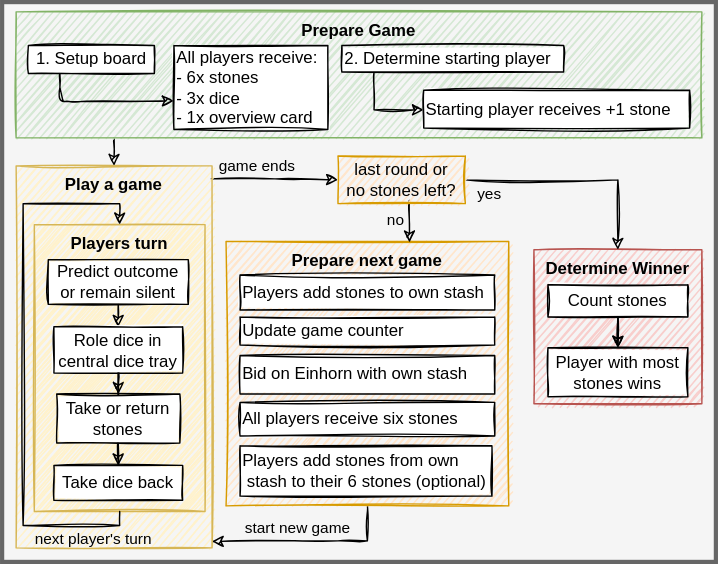
Above: make/games/_einhorn.drawio.svg in sonj4ev4/FullByte.github.io (draw.io), before the change. Source tidied: cells renumbered, new cells last; positions are measured from the earlier drawing's top-left corner, leaving out a move shared by most shapes. Its diagram source:
```xml
<mxGraphModel>
  <root>
    <mxCell id="0" />
    <mxCell id="1" parent="0" />
    <mxCell id="2" style="rounded=0;whiteSpace=wrap;html=1;sketch=0;fontSize=14;align=center;verticalAlign=top;strokeWidth=3;fontStyle=1;fontFamily=Helvetica;fillColor=#f5f5f5;strokeColor=#666666;fontColor=#333333;" parent="1" vertex="1">
      <mxGeometry width="510" height="400" as="geometry" />
    </mxCell>
    <mxCell id="3" style="edgeStyle=orthogonalEdgeStyle;rounded=0;sketch=1;jettySize=auto;html=1;exitX=0.5;exitY=1;exitDx=0;exitDy=0;entryX=0.999;entryY=0.983;entryDx=0;entryDy=0;entryPerimeter=0;" parent="1" edge="1" source="29" target="8">
      <mxGeometry relative="1" as="geometry">
        <Array as="points">
          <mxPoint x="261" y="385" />
          <mxPoint x="240" y="385" />
        </Array>
      </mxGeometry>
    </mxCell>
    <mxCell id="4" value="start new game" style="edgeLabel;html=1;align=center;verticalAlign=middle;labelBackgroundColor=none;" parent="3" vertex="1">
      <mxGeometry x="-0.02" y="2" relative="1" as="geometry">
        <mxPoint x="-8" y="-11" as="offset" />
      </mxGeometry>
    </mxCell>
    <mxCell id="5" value="Determine Winner" style="whiteSpace=wrap;html=1;verticalAlign=top;fontStyle=1;fillColor=#f8cecc;strokeColor=#b85450;sketch=1;fontSize=12;" parent="1" vertex="1">
      <mxGeometry x="380" y="177" width="120" height="110" as="geometry" />
    </mxCell>
    <mxCell id="6" style="edgeStyle=orthogonalEdgeStyle;rounded=0;sketch=1;jettySize=auto;html=1;entryX=0;entryY=0.5;entryDx=0;entryDy=0;exitX=0.996;exitY=0.034;exitDx=0;exitDy=0;exitPerimeter=0;" parent="1" edge="1" source="8" target="40">
      <mxGeometry relative="1" as="geometry" />
    </mxCell>
    <mxCell id="7" value="&lt;span&gt;game ends&lt;br&gt;&lt;/span&gt;" style="edgeLabel;html=1;align=center;verticalAlign=middle;labelBackgroundColor=none;" parent="6" vertex="1">
      <mxGeometry x="0.54" y="-3" relative="1" as="geometry">
        <mxPoint x="-37" y="-13" as="offset" />
      </mxGeometry>
    </mxCell>
    <mxCell id="8" value="Play a game" style="whiteSpace=wrap;html=1;verticalAlign=top;fontStyle=1;strokeColor=#d6b656;sketch=1;fontSize=12;fillColor=#fff2cc;" parent="1" vertex="1">
      <mxGeometry x="10" y="117" width="140" height="273" as="geometry" />
    </mxCell>
    <mxCell id="9" style="edgeStyle=orthogonalEdgeStyle;rounded=0;sketch=1;orthogonalLoop=1;jettySize=auto;html=1;" parent="1" edge="1">
      <mxGeometry relative="1" as="geometry">
        <mxPoint x="80" y="97" as="sourcePoint" />
        <mxPoint x="80" y="117" as="targetPoint" />
      </mxGeometry>
    </mxCell>
    <mxCell id="10" value="Prepare Game" style="whiteSpace=wrap;html=1;verticalAlign=top;fontStyle=1;fillColor=#d5e8d4;strokeColor=#82b366;sketch=1;fontSize=12;" parent="1" vertex="1">
      <mxGeometry x="10" y="7" width="490" height="90" as="geometry" />
    </mxCell>
    <mxCell id="11" value="Player with most stones wins" style="whiteSpace=wrap;html=1;sketch=1;fontSize=12;" parent="1" vertex="1">
      <mxGeometry x="390" y="247" width="100" height="35" as="geometry" />
    </mxCell>
    <mxCell id="12" style="edgeStyle=orthogonalEdgeStyle;rounded=0;sketch=1;jettySize=auto;html=1;entryX=0;entryY=0.5;entryDx=0;entryDy=0;exitX=0.145;exitY=1.011;exitDx=0;exitDy=0;exitPerimeter=0;" parent="1" edge="1" source="13" target="14">
      <mxGeometry relative="1" as="geometry">
        <Array as="points">
          <mxPoint x="266" y="77" />
          <mxPoint x="301" y="77" />
        </Array>
      </mxGeometry>
    </mxCell>
    <mxCell id="13" value="&amp;nbsp;2. Determine starting player" style="whiteSpace=wrap;html=1;sketch=1;fontSize=12;align=left;" parent="1" vertex="1">
      <mxGeometry x="242.8" y="31" width="158.5" height="19" as="geometry" />
    </mxCell>
    <mxCell id="14" value="&amp;nbsp;Starting player receives&amp;nbsp;+1&amp;nbsp;stone" style="whiteSpace=wrap;html=1;align=left;sketch=1;fontSize=12;" parent="1" vertex="1">
      <mxGeometry x="301.2" y="63" width="190" height="27" as="geometry" />
    </mxCell>
    <mxCell id="15" value="&amp;nbsp;All players receive:&lt;br style=&quot;font-size: 12px&quot;&gt;&amp;nbsp; - 6x stones&lt;br style=&quot;font-size: 12px&quot;&gt;&amp;nbsp; - 3x dice&lt;br&gt;&amp;nbsp; - 1x overview card" style="whiteSpace=wrap;html=1;align=left;sketch=1;fontSize=12;glass=0;" parent="1" vertex="1">
      <mxGeometry x="122.8" y="31" width="110" height="60" as="geometry" />
    </mxCell>
    <mxCell id="16" style="edgeStyle=orthogonalEdgeStyle;rounded=0;sketch=1;jettySize=auto;html=1;" parent="1" edge="1" source="18" target="11">
      <mxGeometry relative="1" as="geometry" />
    </mxCell>
    <mxCell id="17" style="edgeStyle=orthogonalEdgeStyle;rounded=0;sketch=1;jettySize=auto;html=1;" parent="1" edge="1" source="18" target="11">
      <mxGeometry relative="1" as="geometry" />
    </mxCell>
    <mxCell id="18" value="Count stones" style="whiteSpace=wrap;html=1;sketch=1;fontSize=12;" parent="1" vertex="1">
      <mxGeometry x="390" y="202" width="100" height="23" as="geometry" />
    </mxCell>
    <mxCell id="19" style="edgeStyle=orthogonalEdgeStyle;rounded=1;jettySize=auto;html=1;entryX=-0.001;entryY=0.66;entryDx=0;entryDy=0;exitX=0.25;exitY=1;exitDx=0;exitDy=0;fontSize=12;sketch=1;entryPerimeter=0;" parent="1" edge="1" source="20" target="15">
      <mxGeometry relative="1" as="geometry">
        <Array as="points">
          <mxPoint x="41" y="71" />
          <mxPoint x="47" y="71" />
        </Array>
      </mxGeometry>
    </mxCell>
    <mxCell id="20" value="&amp;nbsp;1. Setup board" style="whiteSpace=wrap;html=1;align=center;verticalAlign=middle;sketch=1;fontSize=12;" parent="1" vertex="1">
      <mxGeometry x="18.8" y="31" width="90" height="20" as="geometry" />
    </mxCell>
    <mxCell id="21" value="Players turn" style="whiteSpace=wrap;html=1;verticalAlign=top;fontStyle=1;fillColor=#fff2cc;strokeColor=#d6b656;sketch=1;fontSize=12;" parent="1" vertex="1">
      <mxGeometry x="23" y="159" width="122" height="205" as="geometry" />
    </mxCell>
    <mxCell id="22" style="edgeStyle=orthogonalEdgeStyle;rounded=0;sketch=1;jettySize=auto;html=1;entryX=0.5;entryY=0;entryDx=0;entryDy=0;exitX=0.5;exitY=1;exitDx=0;exitDy=0;" parent="1" edge="1" source="23" target="25">
      <mxGeometry relative="1" as="geometry" />
    </mxCell>
    <mxCell id="23" value="Predict outcome &lt;br&gt;or remain silent" style="whiteSpace=wrap;html=1;align=center;sketch=1;fontSize=12;" parent="1" vertex="1">
      <mxGeometry x="33" y="184" width="100" height="32" as="geometry" />
    </mxCell>
    <mxCell id="24" style="edgeStyle=orthogonalEdgeStyle;rounded=0;jettySize=auto;html=1;entryX=0.5;entryY=0;entryDx=0;entryDy=0;sketch=1;" parent="1" edge="1" source="25" target="27">
      <mxGeometry relative="1" as="geometry" />
    </mxCell>
    <mxCell id="25" value="Role dice in &lt;br&gt;central dice tray" style="whiteSpace=wrap;html=1;align=center;sketch=1;fontSize=12;" parent="1" vertex="1">
      <mxGeometry x="37" y="232" width="92" height="33" as="geometry" />
    </mxCell>
    <mxCell id="26" style="edgeStyle=orthogonalEdgeStyle;rounded=0;jettySize=auto;html=1;sketch=1;" parent="1" edge="1" source="27" target="28">
      <mxGeometry relative="1" as="geometry" />
    </mxCell>
    <mxCell id="27" value="Take or return stones" style="whiteSpace=wrap;html=1;align=center;sketch=1;fontSize=12;" parent="1" vertex="1">
      <mxGeometry x="39" y="280" width="88" height="35" as="geometry" />
    </mxCell>
    <mxCell id="28" value="Take dice back" style="whiteSpace=wrap;html=1;align=center;sketch=1;fontSize=12;" parent="1" vertex="1">
      <mxGeometry x="37" y="331" width="92" height="25" as="geometry" />
    </mxCell>
    <mxCell id="29" value="Prepare next game" style="whiteSpace=wrap;html=1;verticalAlign=top;fontStyle=1;fillColor=#ffe6cc;strokeColor=#d79b00;sketch=1;fontSize=12;" parent="1" vertex="1">
      <mxGeometry x="160" y="171" width="202" height="189" as="geometry" />
    </mxCell>
    <mxCell id="30" value="&amp;nbsp;Bid on Einhorn with own stash" style="whiteSpace=wrap;html=1;align=left;sketch=1;fontSize=12;" parent="1" vertex="1">
      <mxGeometry x="170" y="252.5" width="182" height="27.5" as="geometry" />
    </mxCell>
    <mxCell id="31" value="&amp;nbsp;All players receive six stones" style="whiteSpace=wrap;html=1;align=left;sketch=1;fontSize=12;" parent="1" vertex="1">
      <mxGeometry x="170" y="286" width="182" height="24" as="geometry" />
    </mxCell>
    <mxCell id="32" value="&amp;nbsp;Players add stones from own&amp;nbsp; &amp;nbsp;stash to their 6 stones (optional)" style="whiteSpace=wrap;html=1;align=left;sketch=1;fontSize=12;" parent="1" vertex="1">
      <mxGeometry x="170" y="317" width="180" height="36" as="geometry" />
    </mxCell>
    <mxCell id="33" value="&amp;nbsp;Update game counter" style="whiteSpace=wrap;html=1;align=left;sketch=1;fontSize=12;" parent="1" vertex="1">
      <mxGeometry x="170" y="225" width="182" height="20" as="geometry" />
    </mxCell>
    <mxCell id="34" value="&amp;nbsp;Players add stones to own stash" style="whiteSpace=wrap;html=1;align=left;sketch=1;fontSize=12;" parent="1" vertex="1">
      <mxGeometry x="170" y="195" width="182" height="25" as="geometry" />
    </mxCell>
    <mxCell id="35" style="edgeStyle=orthogonalEdgeStyle;rounded=0;orthogonalLoop=1;jettySize=auto;html=1;entryX=0.5;entryY=0;entryDx=0;entryDy=0;exitX=0.5;exitY=1;exitDx=0;exitDy=0;sketch=1;" parent="1" edge="1" source="21" target="21">
      <mxGeometry relative="1" as="geometry">
        <Array as="points">
          <mxPoint x="84" y="374" />
          <mxPoint x="15" y="374" />
          <mxPoint x="15" y="144" />
          <mxPoint x="84" y="144" />
        </Array>
      </mxGeometry>
    </mxCell>
    <mxCell id="36" value="next player's turn" style="edgeLabel;html=1;align=center;verticalAlign=middle;labelBackgroundColor=none;" parent="35" vertex="1">
      <mxGeometry x="0.1" y="-5" relative="1" as="geometry">
        <mxPoint x="45" y="148" as="offset" />
      </mxGeometry>
    </mxCell>
    <mxCell id="37" style="edgeStyle=orthogonalEdgeStyle;rounded=0;sketch=1;jettySize=auto;html=1;entryX=0.5;entryY=0;entryDx=0;entryDy=0;" parent="1" edge="1" source="40" target="5">
      <mxGeometry relative="1" as="geometry" />
    </mxCell>
    <mxCell id="38" value="yes" style="edgeLabel;html=1;align=center;verticalAlign=middle;labelBackgroundColor=none;" parent="37" vertex="1">
      <mxGeometry x="-0.03" y="-3" relative="1" as="geometry">
        <mxPoint x="-60" y="7" as="offset" />
      </mxGeometry>
    </mxCell>
    <mxCell id="39" value="no" style="edgeStyle=orthogonalEdgeStyle;rounded=0;sketch=1;jettySize=auto;html=1;entryX=0.649;entryY=0.004;entryDx=0;entryDy=0;entryPerimeter=0;labelBackgroundColor=none;exitX=0.56;exitY=0.935;exitDx=0;exitDy=0;exitPerimeter=0;" parent="1" edge="1" source="40" target="29">
      <mxGeometry x="-0.03" y="-10" relative="1" as="geometry" />
    </mxCell>
    <mxCell id="40" value="last round or&lt;br&gt;no stones left?" style="rounded=0;whiteSpace=wrap;html=1;labelBackgroundColor=none;fillColor=#ffe6cc;strokeColor=#d79b00;sketch=1;" parent="1" vertex="1">
      <mxGeometry x="240" y="110" width="91" height="34" as="geometry" />
    </mxCell>
  </root>
</mxGraphModel>
```
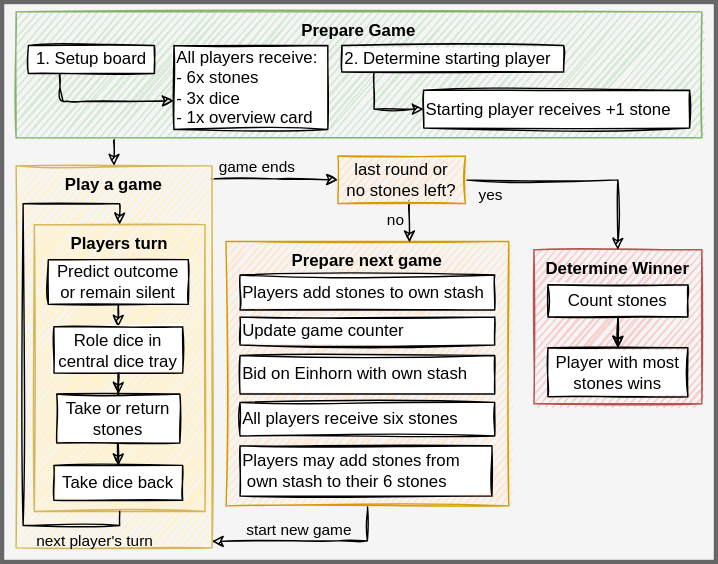
Later version of the same file.

The edit, as a diff of the source:
```diff
@@ -114,7 +114,7 @@
     <mxCell id="31" value="&amp;nbsp;All players receive six stones" style="whiteSpace=wrap;html=1;align=left;sketch=1;fontSize=12;" parent="1" vertex="1">
       <mxGeometry x="170" y="286" width="182" height="24" as="geometry" />
     </mxCell>
-    <mxCell id="32" value="&amp;nbsp;Players add stones from own&amp;nbsp; &amp;nbsp;stash to their 6 stones (optional)" style="whiteSpace=wrap;html=1;align=left;sketch=1;fontSize=12;" parent="1" vertex="1">
+    <mxCell id="32" value="&amp;nbsp;Players may add stones from&amp;nbsp; &amp;nbsp;own stash to their 6 stones" style="whiteSpace=wrap;html=1;align=left;sketch=1;fontSize=12;" parent="1" vertex="1">
       <mxGeometry x="170" y="317" width="180" height="36" as="geometry" />
     </mxCell>
     <mxCell id="33" value="&amp;nbsp;Update game counter" style="whiteSpace=wrap;html=1;align=left;sketch=1;fontSize=12;" parent="1" vertex="1">
```
